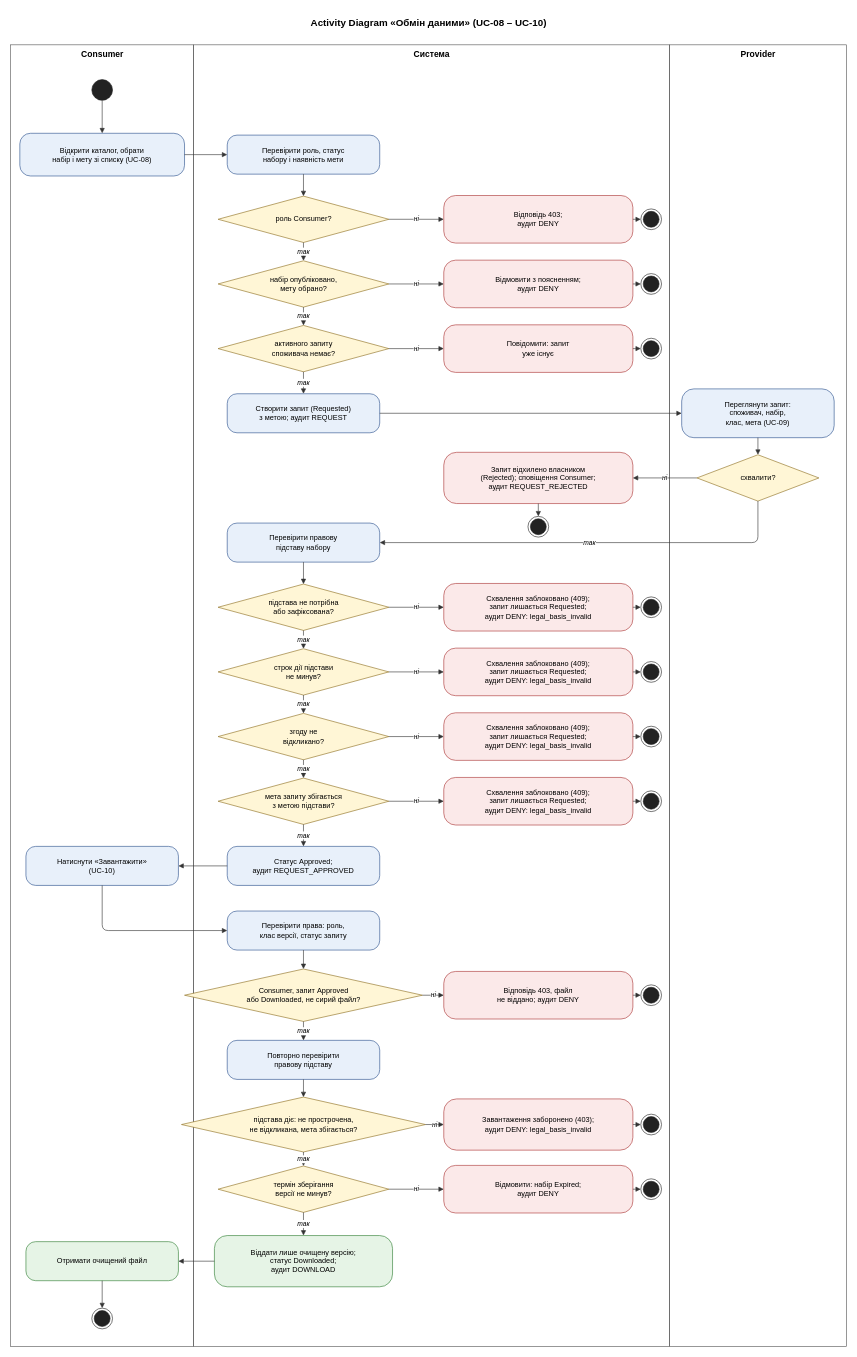
Earlier version of the draw.io diagram docs/architecture/activity-exchange.drawio (olesJS/data_clean_room). Source tidied: cells renumbered, new cells numbered last; positions are measured from the earlier drawing's top-left corner, leaving out a move shared by most shapes. Both pictures are drawn from the tidied source at 61%, with x=0, y=0 at pixel (10, 10).
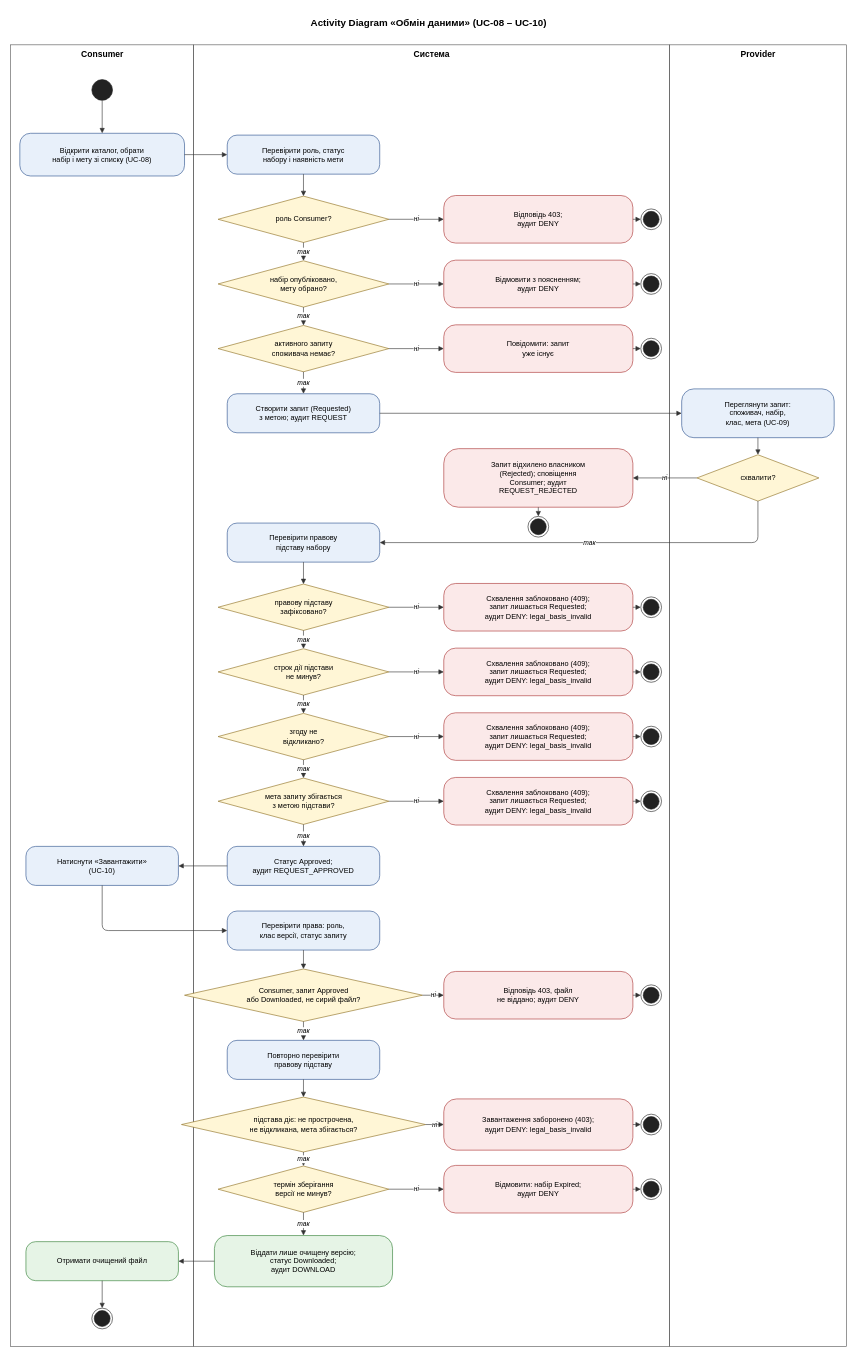
The same page after the edit.

Commit message (it also covers changes not shown here):
SCRUM-65: спрощено ромб підстави в activity-exchange

Change to the diagram source:
```diff
@@
-    <mxCell id="21" value="Запит відхилено власником&lt;br&gt;(Rejected); сповіщення Consumer;&lt;br&gt;аудит REQUEST_REJECTED" style="rounded=1;arcSize=25;html=1;whiteSpace=wrap;fillColor=#FBE9E9;strokeColor=#AA3333;fontSize=12;" parent="1" vertex="1">
-      <mxGeometry x="710" y="724" width="310" height="84" as="geometry" />
+    <mxCell id="21" value="Запит відхилено власником&lt;br&gt;(Rejected); сповіщення&lt;br&gt;Consumer; аудит&lt;br&gt;REQUEST_REJECTED" style="rounded=1;arcSize=25;html=1;whiteSpace=wrap;fillColor=#FBE9E9;strokeColor=#AA3333;fontSize=12;" parent="1" vertex="1">
+      <mxGeometry x="710" y="718" width="310" height="96" as="geometry" />
     </mxCell>
@@
-    <mxCell id="24" value="підстава не потрібна&lt;br&gt;або зафіксована?" style="rhombus;html=1;fillColor=#FFF6D6;strokeColor=#8C6D1F;fontSize=12;" parent="1" vertex="1">
+    <mxCell id="24" value="правову підставу&lt;br&gt;зафіксовано?" style="rhombus;html=1;fillColor=#FFF6D6;strokeColor=#8C6D1F;fontSize=12;" parent="1" vertex="1">
       <mxGeometry x="340" y="940" width="280" height="76" as="geometry" />
     </mxCell>
```
